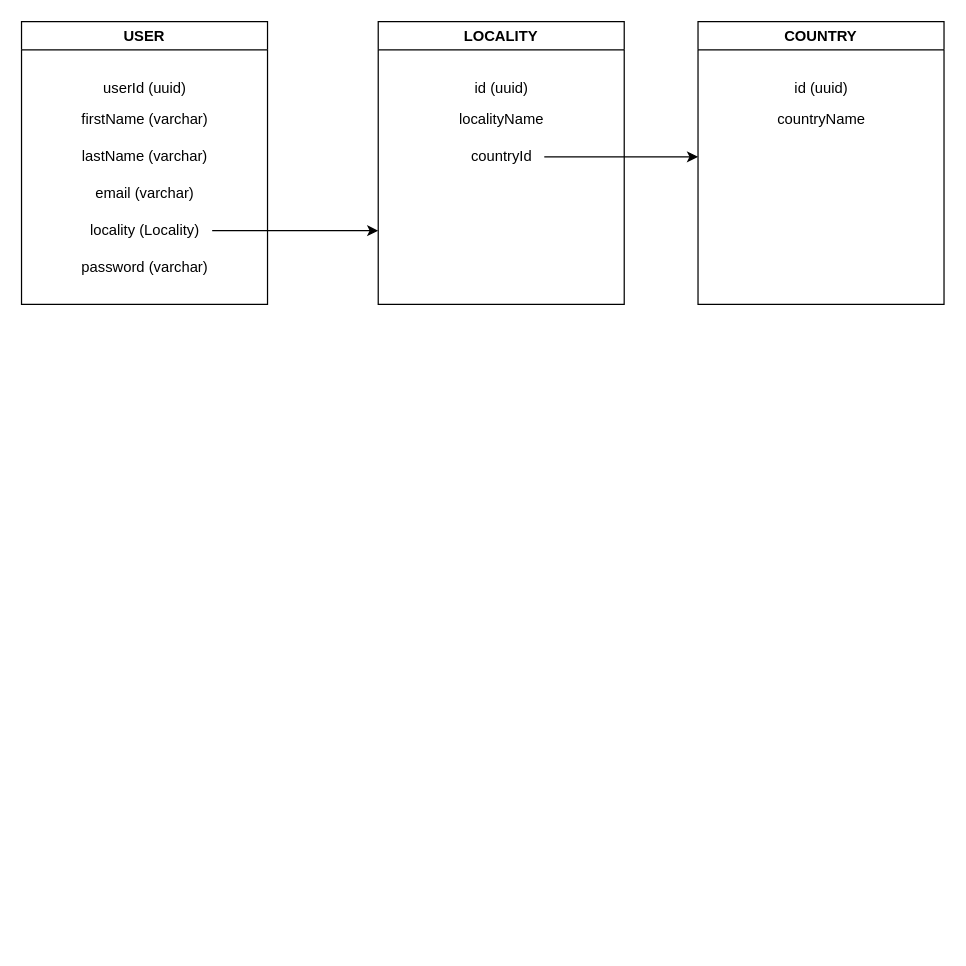
alvesa/vehicles-backend keeps this draw.io diagram as concept/register.drawio. Above is the earlier version. Source tidied: cells renumbered, new cells numbered last; positions are measured from the earlier drawing's top-left corner, leaving out a move shared by most shapes. Both pictures are drawn from the tidied source at 123%, with x=0, y=0 at pixel (21, 21).
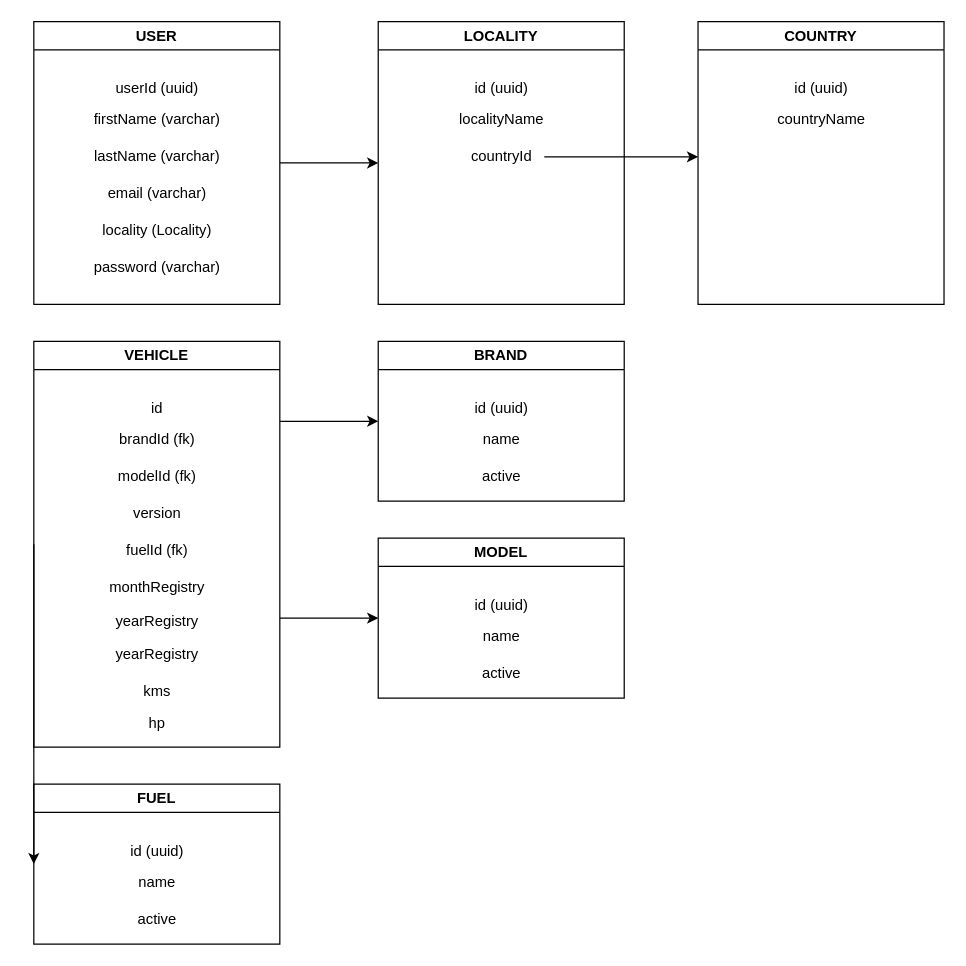
The same page after the edit.

Commit message:
Updating db model chart

Unchanged cells that the change refers to:
```xml
<mxCell id="9" value="LOCALITY" style="swimlane;whiteSpace=wrap;html=1;" parent="1" vertex="1">
  <mxGeometry x="290" width="200" height="230" as="geometry" />
</mxCell>
```

Change to the diagram source:
```diff
@@
-    <mxCell id="2" value="USER" style="swimlane;whiteSpace=wrap;html=1;" parent="1" vertex="1">
-      <mxGeometry width="200" height="230" as="geometry" />
+    <mxCell id="2" value="VEHICLE" style="swimlane;whiteSpace=wrap;html=1;" parent="1" vertex="1">
+      <mxGeometry x="10" y="260" width="200" height="330" as="geometry" />
     </mxCell>
-    <mxCell id="3" value="userId (uuid)" style="text;html=1;align=center;verticalAlign=middle;strokeColor=none;fillColor=none;" parent="2" vertex="1">
-      <mxGeometry x="55" y="40" width="90" height="30" as="geometry" />
+    <mxCell id="3" value="id" style="text;html=1;align=center;verticalAlign=middle;strokeColor=none;fillColor=none;" parent="2" vertex="1">
+      <mxGeometry x="85" y="40" width="30" height="30" as="geometry" />
     </mxCell>
-    <mxCell id="4" value="password (varchar)" style="text;html=1;align=center;verticalAlign=middle;strokeColor=none;fillColor=none;" parent="2" vertex="1">
-      <mxGeometry x="35" y="185" width="130" height="30" as="geometry" />
+    <mxCell id="4" value="monthRegistry" style="text;html=1;align=center;verticalAlign=middle;strokeColor=none;fillColor=none;" parent="2" vertex="1">
+      <mxGeometry x="50" y="185" width="100" height="30" as="geometry" />
     </mxCell>
-    <mxCell id="5" value="firstName (varchar)" style="text;html=1;align=center;verticalAlign=middle;strokeColor=none;fillColor=none;" parent="2" vertex="1">
-      <mxGeometry x="35" y="65" width="130" height="30" as="geometry" />
+    <mxCell id="5" value="brandId (fk)" style="text;html=1;align=center;verticalAlign=middle;strokeColor=none;fillColor=none;" parent="2" vertex="1">
+      <mxGeometry x="60" y="65" width="80" height="30" as="geometry" />
     </mxCell>
-    <mxCell id="6" value="lastName (varchar)" style="text;html=1;align=center;verticalAlign=middle;strokeColor=none;fillColor=none;" parent="2" vertex="1">
-      <mxGeometry x="35" y="95" width="130" height="30" as="geometry" />
+    <mxCell id="6" value="modelId (fk)" style="text;html=1;align=center;verticalAlign=middle;strokeColor=none;fillColor=none;" parent="2" vertex="1">
+      <mxGeometry x="55" y="95" width="90" height="30" as="geometry" />
     </mxCell>
-    <mxCell id="7" value="email (varchar)" style="text;html=1;align=center;verticalAlign=middle;strokeColor=none;fillColor=none;" parent="2" vertex="1">
-      <mxGeometry x="50" y="125" width="100" height="30" as="geometry" />
+    <mxCell id="7" value="version" style="text;html=1;align=center;verticalAlign=middle;strokeColor=none;fillColor=none;" parent="2" vertex="1">
+      <mxGeometry x="70" y="125" width="60" height="30" as="geometry" />
     </mxCell>
-    <mxCell id="8" value="locality (Locality)" style="text;html=1;align=center;verticalAlign=middle;points=[];strokeColor=none;fillColor=none;" parent="2" vertex="1">
-      <mxGeometry x="45" y="155" width="110" height="30" as="geometry" />
+    <mxCell id="8" value="fuelId (fk)" style="text;html=1;align=center;verticalAlign=middle;points=[];strokeColor=none;fillColor=none;" parent="2" vertex="1">
+      <mxGeometry x="65" y="155" width="70" height="30" as="geometry" />
     </mxCell>
+    <mxCell id="18" value="yearRegistry" style="text;html=1;align=center;verticalAlign=middle;strokeColor=none;fillColor=none;" parent="2" vertex="1">
+      <mxGeometry x="55" y="213" width="90" height="30" as="geometry" />
+    </mxCell>
+    <mxCell id="19" value="kms" style="text;html=1;align=center;verticalAlign=middle;strokeColor=none;fillColor=none;" parent="2" vertex="1">
+      <mxGeometry x="75" y="270" width="50" height="30" as="geometry" />
+    </mxCell>
+    <mxCell id="20" value="hp" style="text;html=1;align=center;verticalAlign=middle;strokeColor=none;fillColor=none;" parent="2" vertex="1">
+      <mxGeometry x="80" y="296" width="40" height="30" as="geometry" />
+    </mxCell>
@@
-    <mxCell id="13" style="edgeStyle=none;html=1;" parent="1" edge="1" source="8">
-      <mxGeometry relative="1" as="geometry">
-        <mxPoint x="290" y="170" as="targetPoint" />
-      </mxGeometry>
+    <mxCell id="13" style="edgeStyle=none;html=1;exitX=1;exitY=0.5;exitDx=0;exitDy=0;entryX=0;entryY=0.5;entryDx=0;entryDy=0;" parent="1" edge="1" source="21" target="9">
+      <mxGeometry relative="1" as="geometry" />
     </mxCell>
@@
+    <mxCell id="21" value="USER" style="swimlane;whiteSpace=wrap;html=1;" parent="1" vertex="1">
+      <mxGeometry x="10" width="200" height="230" as="geometry" />
+    </mxCell>
+    <mxCell id="22" value="userId (uuid)" style="text;html=1;align=center;verticalAlign=middle;strokeColor=none;fillColor=none;" parent="21" vertex="1">
+      <mxGeometry x="55" y="40" width="90" height="30" as="geometry" />
+    </mxCell>
+    <mxCell id="23" value="password (varchar)" style="text;html=1;align=center;verticalAlign=middle;strokeColor=none;fillColor=none;" parent="21" vertex="1">
+      <mxGeometry x="35" y="185" width="130" height="30" as="geometry" />
+    </mxCell>
+    <mxCell id="24" value="firstName (varchar)" style="text;html=1;align=center;verticalAlign=middle;strokeColor=none;fillColor=none;" parent="21" vertex="1">
+      <mxGeometry x="35" y="65" width="130" height="30" as="geometry" />
+    </mxCell>
+    <mxCell id="25" value="lastName (varchar)" style="text;html=1;align=center;verticalAlign=middle;strokeColor=none;fillColor=none;" parent="21" vertex="1">
+      <mxGeometry x="35" y="95" width="130" height="30" as="geometry" />
+    </mxCell>
+    <mxCell id="26" value="email (varchar)" style="text;html=1;align=center;verticalAlign=middle;strokeColor=none;fillColor=none;" parent="21" vertex="1">
+      <mxGeometry x="50" y="125" width="100" height="30" as="geometry" />
+    </mxCell>
+    <mxCell id="27" value="locality (Locality)" style="text;html=1;align=center;verticalAlign=middle;strokeColor=none;fillColor=none;" parent="21" vertex="1">
+      <mxGeometry x="45" y="155" width="110" height="30" as="geometry" />
+    </mxCell>
+    <mxCell id="28" value="yearRegistry" style="text;html=1;align=center;verticalAlign=middle;strokeColor=none;fillColor=none;" parent="1" vertex="1">
+      <mxGeometry x="65" y="500" width="90" height="30" as="geometry" />
+    </mxCell>
+    <mxCell id="29" value="BRAND" style="swimlane;whiteSpace=wrap;html=1;" parent="1" vertex="1">
+      <mxGeometry x="290" y="260" width="200" height="130" as="geometry" />
+    </mxCell>
+    <mxCell id="30" value="id (uuid)" style="text;html=1;align=center;verticalAlign=middle;strokeColor=none;fillColor=none;" parent="29" vertex="1">
+      <mxGeometry x="65" y="40" width="70" height="30" as="geometry" />
+    </mxCell>
+    <mxCell id="31" value="name" style="text;html=1;align=center;verticalAlign=middle;strokeColor=none;fillColor=none;" parent="29" vertex="1">
+      <mxGeometry x="75" y="65" width="50" height="30" as="geometry" />
+    </mxCell>
+    <mxCell id="32" value="active" style="text;html=1;align=center;verticalAlign=middle;strokeColor=none;fillColor=none;" parent="29" vertex="1">
+      <mxGeometry x="75" y="95" width="50" height="30" as="geometry" />
+    </mxCell>
+    <mxCell id="33" style="edgeStyle=none;html=1;entryX=0;entryY=0.5;entryDx=0;entryDy=0;" parent="1" edge="1" target="29">
+      <mxGeometry relative="1" as="geometry">
+        <mxPoint x="210" y="325" as="sourcePoint" />
+      </mxGeometry>
+    </mxCell>
+    <mxCell id="34" value="MODEL" style="swimlane;whiteSpace=wrap;html=1;" parent="1" vertex="1">
+      <mxGeometry x="290" y="420" width="200" height="130" as="geometry" />
+    </mxCell>
+    <mxCell id="35" value="id (uuid)" style="text;html=1;align=center;verticalAlign=middle;strokeColor=none;fillColor=none;" parent="34" vertex="1">
+      <mxGeometry x="65" y="40" width="70" height="30" as="geometry" />
+    </mxCell>
+    <mxCell id="36" value="name" style="text;html=1;align=center;verticalAlign=middle;strokeColor=none;fillColor=none;" parent="34" vertex="1">
+      <mxGeometry x="75" y="65" width="50" height="30" as="geometry" />
+    </mxCell>
+    <mxCell id="37" value="active" style="text;html=1;align=center;verticalAlign=middle;strokeColor=none;fillColor=none;" parent="34" vertex="1">
+      <mxGeometry x="75" y="95" width="50" height="30" as="geometry" />
+    </mxCell>
+    <mxCell id="38" style="edgeStyle=none;html=1;entryX=0;entryY=0.5;entryDx=0;entryDy=0;" parent="1" edge="1" target="34">
+      <mxGeometry relative="1" as="geometry">
+        <mxPoint x="210" y="485" as="sourcePoint" />
+      </mxGeometry>
+    </mxCell>
+    <mxCell id="39" value="FUEL" style="swimlane;whiteSpace=wrap;html=1;" parent="1" vertex="1">
+      <mxGeometry x="10" y="620" width="200" height="130" as="geometry" />
+    </mxCell>
+    <mxCell id="40" value="id (uuid)" style="text;html=1;align=center;verticalAlign=middle;strokeColor=none;fillColor=none;" parent="39" vertex="1">
+      <mxGeometry x="65" y="40" width="70" height="30" as="geometry" />
+    </mxCell>
+    <mxCell id="41" value="name" style="text;html=1;align=center;verticalAlign=middle;strokeColor=none;fillColor=none;" parent="39" vertex="1">
+      <mxGeometry x="75" y="65" width="50" height="30" as="geometry" />
+    </mxCell>
+    <mxCell id="42" value="active" style="text;html=1;align=center;verticalAlign=middle;strokeColor=none;fillColor=none;" parent="39" vertex="1">
+      <mxGeometry x="75" y="95" width="50" height="30" as="geometry" />
+    </mxCell>
+    <mxCell id="43" style="edgeStyle=none;html=1;entryX=0;entryY=0.5;entryDx=0;entryDy=0;exitX=0;exitY=0.5;exitDx=0;exitDy=0;" parent="1" edge="1" source="2" target="39">
+      <mxGeometry relative="1" as="geometry" />
+    </mxCell>
```
